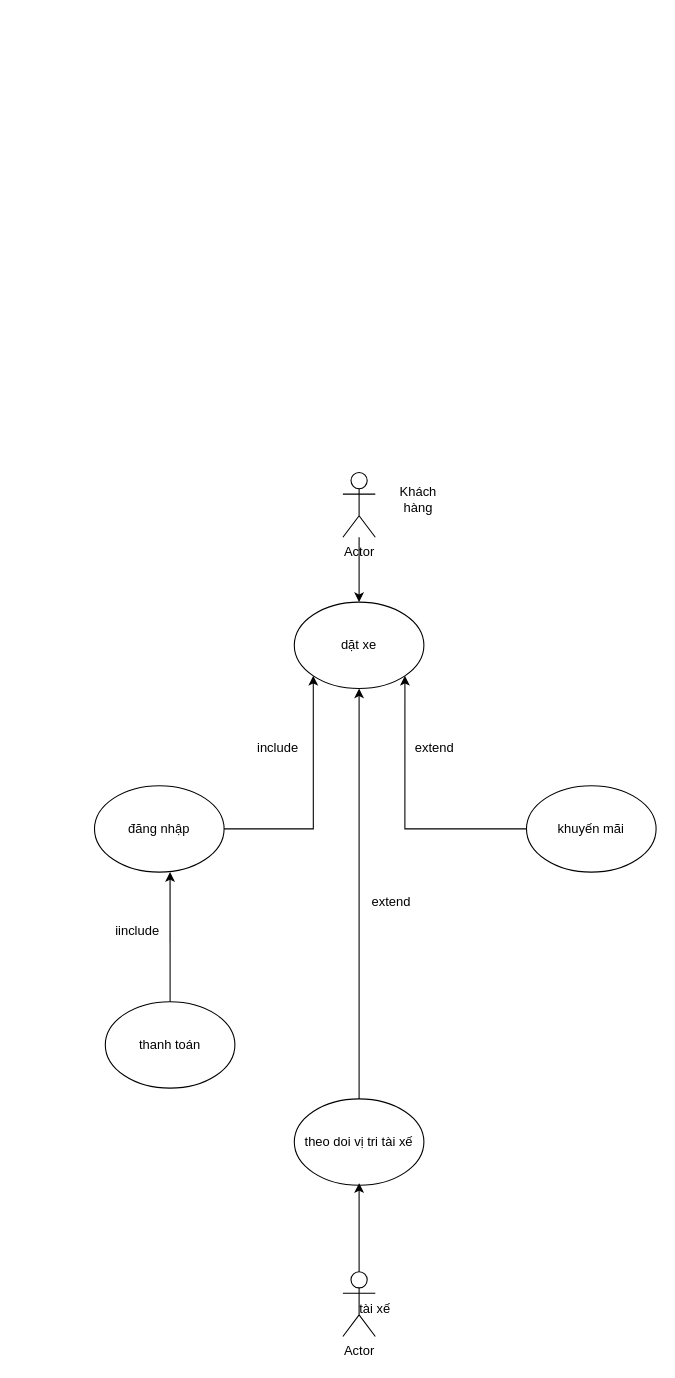
chunghoang123/IT105 keeps this draw.io diagram as session03/bai8.drawio. Above is the earlier version. Source tidied: cells renumbered, new cells numbered last; positions are measured from the earlier drawing's top-left corner, leaving out a move shared by most shapes. Both pictures are drawn from the tidied source at 108%, with x=0, y=0 at pixel (94, 472).
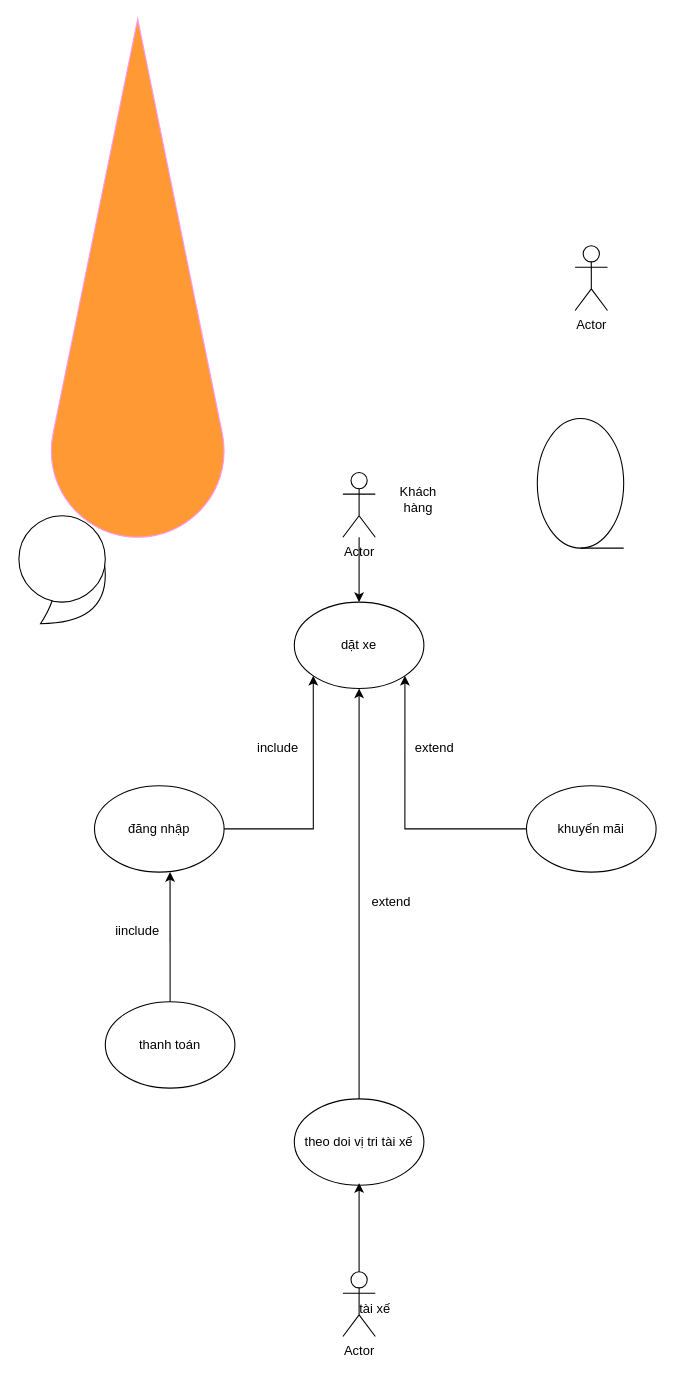
The same page after the edit.

Change to the diagram source:
```diff
@@
+    <mxCell id="21" style="shape=xor;whiteSpace=wrap;html=1;" parent="1" vertex="1">
+      <mxGeometry x="-50" y="50" width="60" height="90" as="geometry" />
+    </mxCell>
@@
+    <mxCell id="22" style="ellipse;whiteSpace=wrap;html=1;" parent="1" vertex="1">
+      <mxGeometry x="-70" y="40" width="80" height="80" as="geometry" />
+    </mxCell>
+    <mxCell id="23" style="shape=tapeData;whiteSpace=wrap;html=1;perimeter=ellipsePerimeter;" parent="1" vertex="1">
+      <mxGeometry x="410" y="-50" width="80" height="120" as="geometry" />
+    </mxCell>
+    <mxCell id="24" style="verticalLabelPosition=bottom;verticalAlign=top;html=1;shape=mxgraph.basic.drop;strokeColor=#FF97FF;fillColor=#FF9933;" parent="1" vertex="1">
+      <mxGeometry x="-40" y="-420" width="160" height="480" as="geometry" />
+    </mxCell>
+    <mxCell id="25" value="Actor" style="shape=umlActor;verticalLabelPosition=bottom;verticalAlign=top;html=1;" parent="1" vertex="1">
+      <mxGeometry x="445" y="-210" width="30" height="60" as="geometry" />
+    </mxCell>
```
